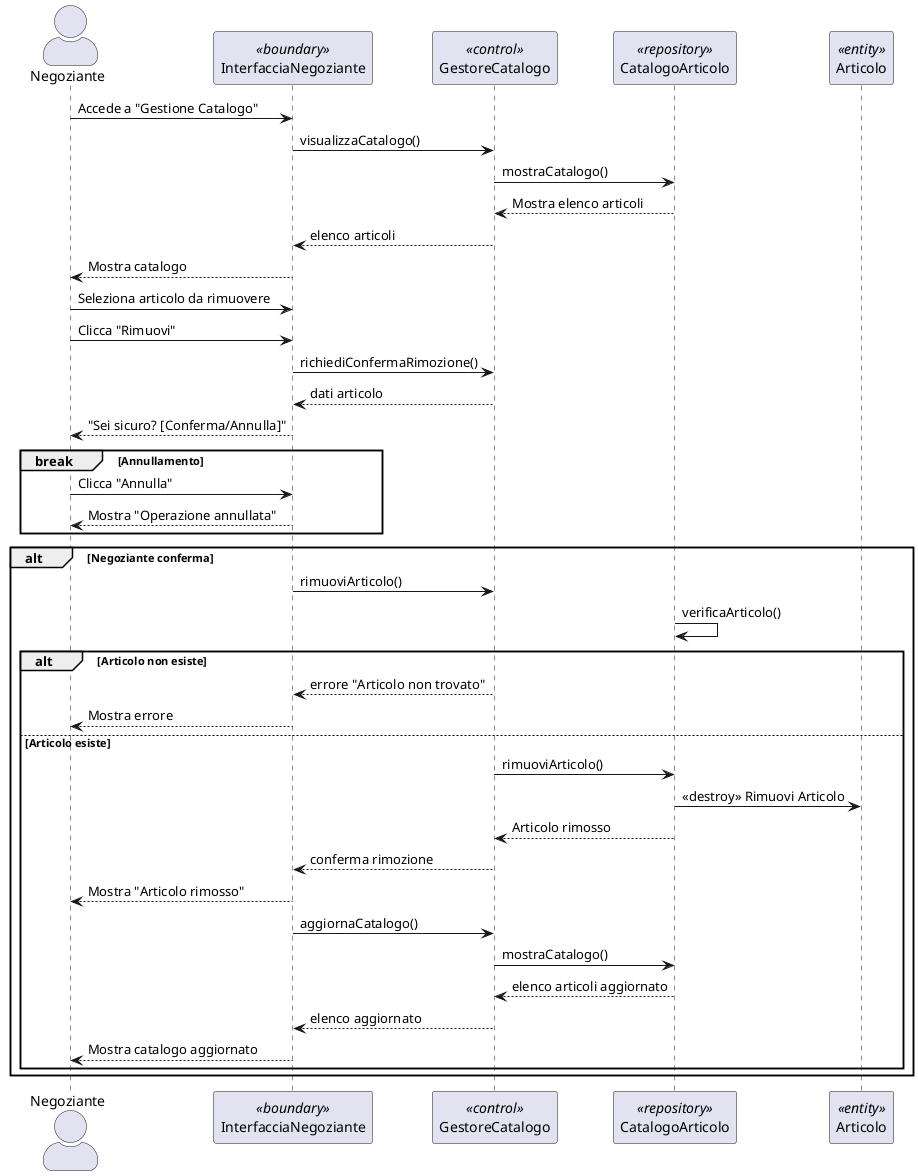
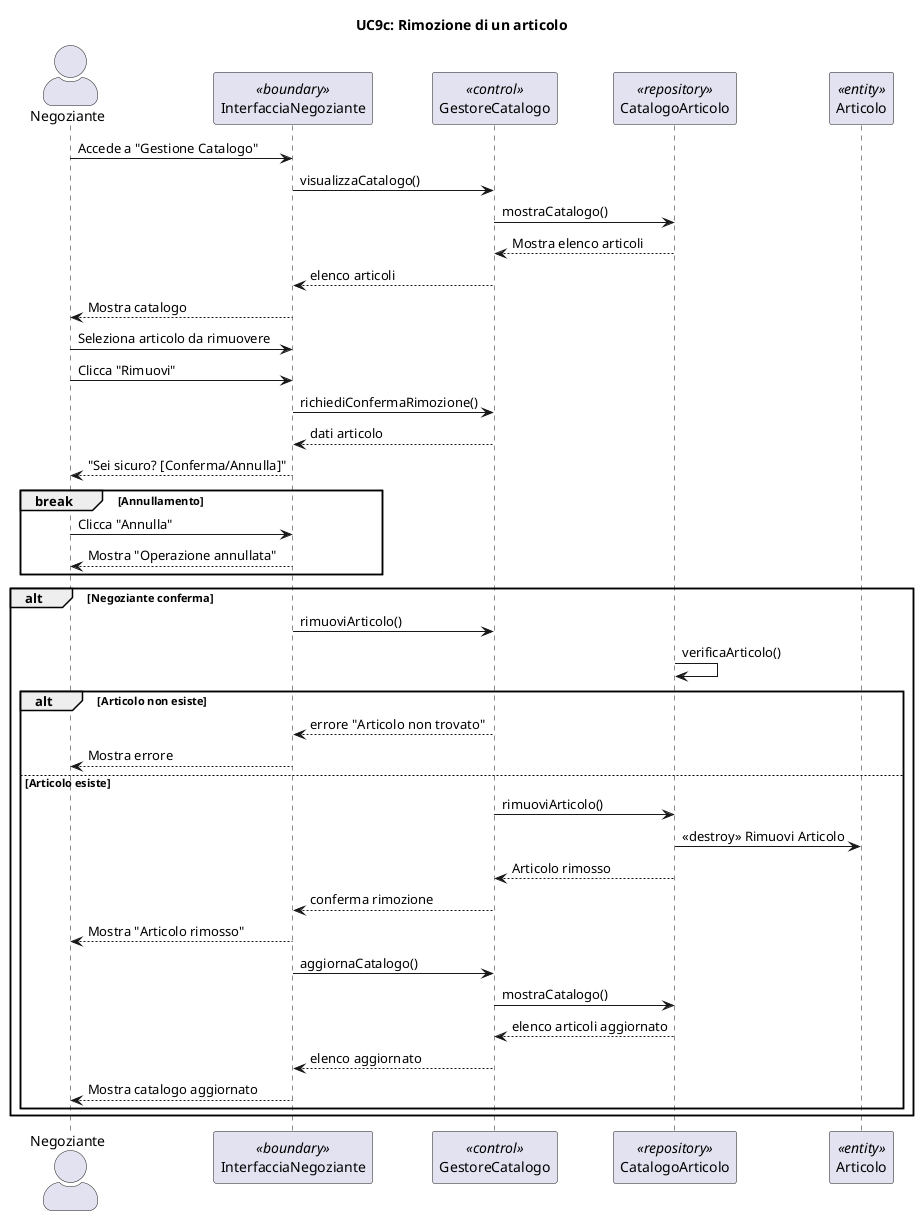
@startuml
+ title UC9c: Rimozione di un articolo
skinparam actorStyle awesome
actor "Negoziante" as N
participant "InterfacciaNegoziante" as IN <<boundary>>
participant "GestoreCatalogo" as G <<control>>
participant "CatalogoArticolo" as CA <<repository>>
participant "Articolo" as Articolo <<entity>>

N -> IN: Accede a "Gestione Catalogo"
IN -> G: visualizzaCatalogo()
G -> CA: mostraCatalogo()
CA --> G: Mostra elenco articoli
G --> IN: elenco articoli
IN --> N: Mostra catalogo

N -> IN: Seleziona articolo da rimuovere
N -> IN: Clicca "Rimuovi"

IN -> G: richiediConfermaRimozione()
G --> IN: dati articolo
IN --> N: "Sei sicuro? [Conferma/Annulla]"

break Annullamento
    N -> IN: Clicca "Annulla"
    IN --> N: Mostra "Operazione annullata"
end
alt Negoziante conferma
    IN -> G: rimuoviArticolo()
    CA -> CA: verificaArticolo()
    alt Articolo non esiste
        G --> IN: errore "Articolo non trovato"
        IN --> N: Mostra errore

    else Articolo esiste
    G -> CA: rimuoviArticolo()
    CA -> Articolo: <<destroy>> Rimuovi Articolo
    CA --> G: Articolo rimosso
    G --> IN: conferma rimozione
    IN --> N: Mostra "Articolo rimosso"
            IN -> G: aggiornaCatalogo()
        G -> CA: mostraCatalogo()
        CA --> G: elenco articoli aggiornato
        G --> IN: elenco aggiornato
        IN --> N: Mostra catalogo aggiornato

    end
end